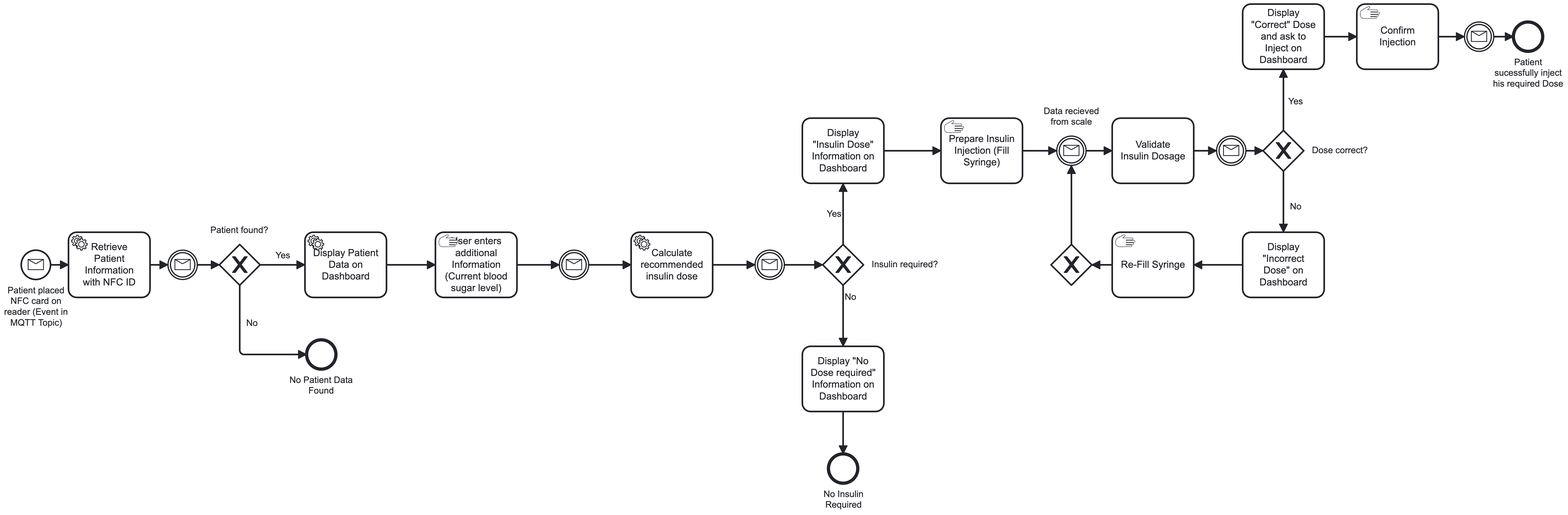
sandrobl/event-driven-healthcare keeps this BPMN diagram as camunda-orchestrator/src/main/resources/process.png. Above is the earlier version. Its source is kept beside it as camunda-orchestrator/src/main/resources/process.bpmn. Ids are renumbered.
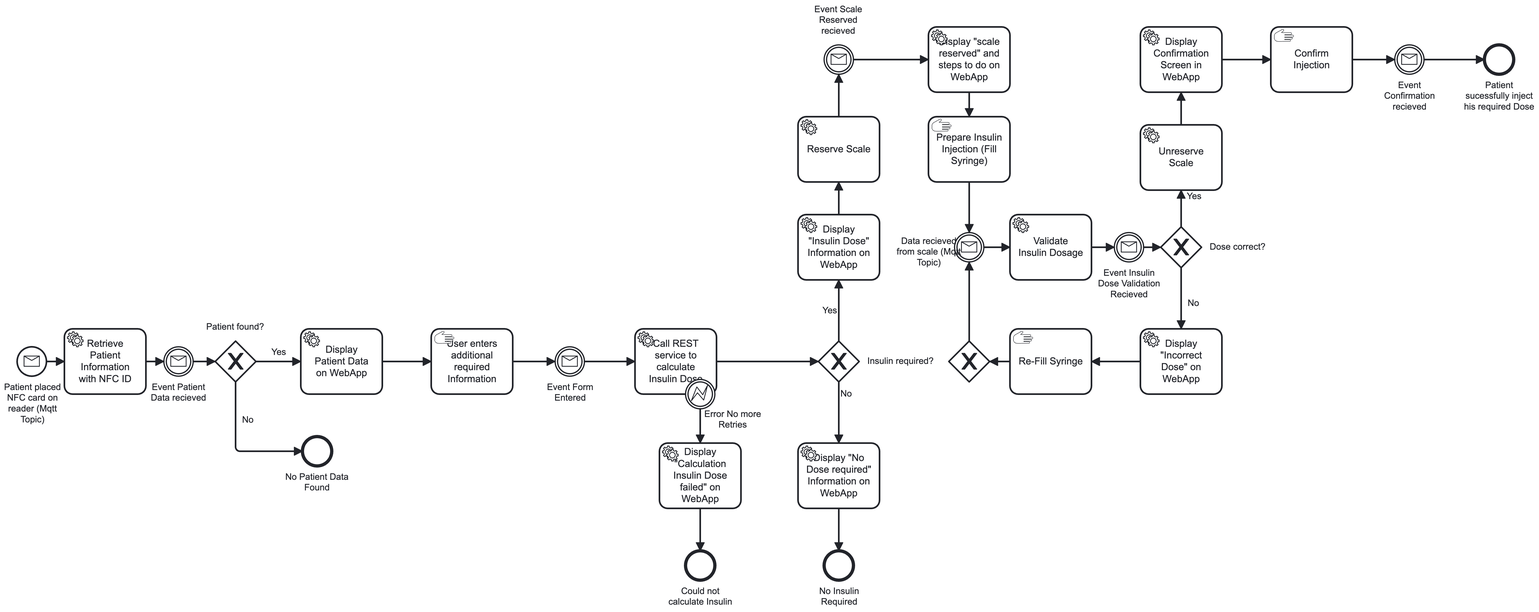
After the change.

Commit message:
Update png and some naming in Process

The edit, as a diff of the source:
```diff
@@ -2,3 +2,3 @@
   <bpmn:process id="Process_n2" isExecutable="true">
-    <bpmn:startEvent id="StartEvent_1" name="Patient placed NFC card on reader (Event in MQTT Topic)">
+    <bpmn:startEvent id="StartEvent_1" name="Patient placed NFC card on reader (Mqtt Topic)">
       <bpmn:outgoing>Flow_n3</bpmn:outgoing>
@@ -21,3 +21,3 @@
     </bpmn:sequenceFlow>
-    <bpmn:serviceTask id="Activity_n12" name="Display Patient Data on Dashboard" camunda:class="com.eventdriven.healthcare.camundaorchestrator.delegate.DisplayPatientDataDelegate">
+    <bpmn:serviceTask id="Activity_n12" name="Display Patient Data on WebApp" camunda:class="com.eventdriven.healthcare.camundaorchestrator.delegate.DisplayPatientDataDelegate">
       <bpmn:incoming>Flow_n10</bpmn:incoming>
@@ -35,3 +35,3 @@
     <bpmn:sequenceFlow id="Flow_n20" sourceRef="Activity_n21" targetRef="Event_n22" />
-    <bpmn:intermediateCatchEvent id="Event_n22" name="Data recieved from scale">
+    <bpmn:intermediateCatchEvent id="Event_n22" name="Data recieved from scale (Mqtt Topic)">
       <bpmn:incoming>Flow_n20</bpmn:incoming>
@@ -67,3 +67,3 @@
     </bpmn:intermediateCatchEvent>
-    <bpmn:manualTask id="Activity_n14" name="User enters additional Information (Current blood sugar level)">
+    <bpmn:manualTask id="Activity_n14" name="User enters additional required Information">
       <bpmn:incoming>Flow_n13</bpmn:incoming>
@@ -121,3 +121,3 @@
     </bpmn:sequenceFlow>
-    <bpmn:serviceTask id="Activity_n47" name="Call REST service to calculate insulin dose" camunda:asyncBefore="true" camunda:delegateExpression="#{requestInsulinCalculationRESTDelegate}">
+    <bpmn:serviceTask id="Activity_n47" name="Call REST service to calculate Insulin Dose" camunda:asyncBefore="true" camunda:delegateExpression="#{requestInsulinCalculationRESTDelegate}">
       <bpmn:extensionElements>
@@ -136,3 +136,3 @@
     </bpmn:serviceTask>
-    <bpmn:serviceTask id="Activity_n19" name="Display &#34;Insulin Dose&#34; Information on Dashboard" camunda:class="com.eventdriven.healthcare.camundaorchestrator.delegate.DisplayInsulinDoseDelegate">
+    <bpmn:serviceTask id="Activity_n19" name="Display &#34;Insulin Dose&#34; Information on WebApp" camunda:class="com.eventdriven.healthcare.camundaorchestrator.delegate.DisplayInsulinDoseDelegate">
       <bpmn:incoming>Flow_n17</bpmn:incoming>
@@ -140,3 +140,3 @@
     </bpmn:serviceTask>
-    <bpmn:serviceTask id="Activity_n57" name="Display &#34;No Dose required&#34; Information on Dashboard" camunda:class="com.eventdriven.healthcare.camundaorchestrator.delegate.DisplayNoInsulinDoseDelegate">
+    <bpmn:serviceTask id="Activity_n57" name="Display &#34;No Dose required&#34; Information on WebApp" camunda:class="com.eventdriven.healthcare.camundaorchestrator.delegate.DisplayNoInsulinDoseDelegate">
       <bpmn:incoming>Flow_n18</bpmn:incoming>
@@ -165,3 +165,3 @@
     </bpmn:serviceTask>
-    <bpmn:serviceTask id="Activity_n76" name="Display &#34;scale reserved&#34; and steps to do on Web App" camunda:class="com.eventdriven.healthcare.camundaorchestrator.delegate.DisplayScaleReservedDelegate">
+    <bpmn:serviceTask id="Activity_n76" name="Display &#34;scale reserved&#34; and steps to do on WebApp" camunda:class="com.eventdriven.healthcare.camundaorchestrator.delegate.DisplayScaleReservedDelegate">
       <bpmn:incoming>Flow_n75</bpmn:incoming>
@@ -173,3 +173,3 @@
     </bpmn:serviceTask>
-    <bpmn:serviceTask id="Activity_n34" name="Display &#34;Incorrect Dose&#34; on Dashboard" camunda:class="com.eventdriven.healthcare.camundaorchestrator.delegate.DisplayIncorrectDoseDelegate">
+    <bpmn:serviceTask id="Activity_n34" name="Display &#34;Incorrect Dose&#34; on WebApp" camunda:class="com.eventdriven.healthcare.camundaorchestrator.delegate.DisplayIncorrectDoseDelegate">
       <bpmn:incoming>Flow_n30</bpmn:incoming>
@@ -200,3 +200,3 @@
         <bpmndi:BPMNLabel>
-          <dc:Bounds x="161" y="545" width="79" height="53" />
+          <dc:Bounds x="166" y="545" width="70" height="53" />
         </bpmndi:BPMNLabel>
@@ -223,2 +223,20 @@
       </bpmndi:BPMNShape>
+      <bpmndi:BPMNShape id="Event_0x1b35a_di" bpmnElement="Event_n22">
+        <dc:Bounds x="1332" y="362" width="36" height="36" />
+        <bpmndi:BPMNLabel>
+          <dc:Bounds x="1261" y="366" width="79" height="40" />
+        </bpmndi:BPMNLabel>
+      </bpmndi:BPMNShape>
+      <bpmndi:BPMNShape id="Gateway_n28_di" bpmnElement="Gateway_n28" isMarkerVisible="true">
+        <dc:Bounds x="1585" y="355" width="50" height="50" />
+        <bpmndi:BPMNLabel>
+          <dc:Bounds x="1645" y="373" width="69" height="14" />
+        </bpmndi:BPMNLabel>
+      </bpmndi:BPMNShape>
+      <bpmndi:BPMNShape id="Event_n32_di" bpmnElement="Event_n32">
+        <dc:Bounds x="1982" y="132" width="36" height="36" />
+        <bpmndi:BPMNLabel>
+          <dc:Bounds x="1957" y="175" width="87" height="40" />
+        </bpmndi:BPMNLabel>
+      </bpmndi:BPMNShape>
       <bpmndi:BPMNShape id="Event_n35_di" bpmnElement="Event_n35">
@@ -237,2 +255,7 @@
         <dc:Bounds x="690" y="480" width="100" height="80" />
+        <bpmndi:BPMNLabel />
+      </bpmndi:BPMNShape>
+      <bpmndi:BPMNShape id="Activity_19pp880_di" bpmnElement="Activity_n40">
+        <dc:Bounds x="1720" y="110" width="100" height="80" />
+        <bpmndi:BPMNLabel />
       </bpmndi:BPMNShape>
@@ -242,42 +265,2 @@
           <dc:Bounds x="832" y="545" width="57" height="27" />
-        </bpmndi:BPMNLabel>
-      </bpmndi:BPMNShape>
-      <bpmndi:BPMNShape id="Event_n58_di" bpmnElement="Event_n58">
-        <dc:Bounds x="1172" y="752" width="36" height="36" />
-        <bpmndi:BPMNLabel>
-          <dc:Bounds x="1166" y="795" width="49" height="27" />
-        </bpmndi:BPMNLabel>
-      </bpmndi:BPMNShape>
-      <bpmndi:BPMNShape id="Activity_0pmgeby_di" bpmnElement="Activity_n47">
-        <dc:Bounds x="940" y="480" width="100" height="80" />
-        <bpmndi:BPMNLabel />
-      </bpmndi:BPMNShape>
-      <bpmndi:BPMNShape id="Activity_0h51eqx_di" bpmnElement="Activity_n19">
-        <dc:Bounds x="1140" y="340" width="100" height="80" />
-        <bpmndi:BPMNLabel />
-      </bpmndi:BPMNShape>
-      <bpmndi:BPMNShape id="Activity_n57_di" bpmnElement="Activity_n57">
-        <dc:Bounds x="1140" y="620" width="100" height="80" />
-        <bpmndi:BPMNLabel />
-      </bpmndi:BPMNShape>
-      <bpmndi:BPMNShape id="Activity_1q72oj6_di" bpmnElement="Activity_n68">
-        <dc:Bounds x="970" y="620" width="100" height="80" />
-        <bpmndi:BPMNLabel />
-      </bpmndi:BPMNShape>
-      <bpmndi:BPMNShape id="Event_n71_di" bpmnElement="Event_n71">
-        <dc:Bounds x="1002" y="752" width="36" height="36" />
-        <bpmndi:BPMNLabel>
-          <dc:Bounds x="981" y="795" width="79" height="27" />
-        </bpmndi:BPMNLabel>
-      </bpmndi:BPMNShape>
-      <bpmndi:BPMNShape id="Event_0x1b35a_di" bpmnElement="Event_n22">
-        <dc:Bounds x="1332" y="362" width="36" height="36" />
-        <bpmndi:BPMNLabel>
-          <dc:Bounds x="1266" y="366" width="68" height="27" />
-        </bpmndi:BPMNLabel>
-      </bpmndi:BPMNShape>
-      <bpmndi:BPMNShape id="Gateway_n28_di" bpmnElement="Gateway_n28" isMarkerVisible="true">
-        <dc:Bounds x="1585" y="355" width="50" height="50" />
-        <bpmndi:BPMNLabel>
-          <dc:Bounds x="1645" y="373" width="69" height="14" />
         </bpmndi:BPMNLabel>
@@ -293,2 +276,17 @@
       </bpmndi:BPMNShape>
+      <bpmndi:BPMNShape id="Event_1kpr7f9_di" bpmnElement="Event_n54">
+        <dc:Bounds x="1872" y="132" width="36" height="36" />
+        <bpmndi:BPMNLabel>
+          <dc:Bounds x="1859" y="175" width="63" height="40" />
+        </bpmndi:BPMNLabel>
+      </bpmndi:BPMNShape>
+      <bpmndi:BPMNShape id="Event_n58_di" bpmnElement="Event_n58">
+        <dc:Bounds x="1172" y="752" width="36" height="36" />
+        <bpmndi:BPMNLabel>
+          <dc:Bounds x="1166" y="795" width="49" height="27" />
+        </bpmndi:BPMNLabel>
+      </bpmndi:BPMNShape>
+      <bpmndi:BPMNShape id="Activity_0mbw25d_di" bpmnElement="Activity_n21">
+        <dc:Bounds x="1300" y="220" width="100" height="80" />
+      </bpmndi:BPMNShape>
       <bpmndi:BPMNShape id="Activity_0ey5bzl_di" bpmnElement="Activity_n62">
@@ -296,4 +294,23 @@
       </bpmndi:BPMNShape>
-      <bpmndi:BPMNShape id="Activity_0mbw25d_di" bpmnElement="Activity_n21">
-        <dc:Bounds x="1300" y="220" width="100" height="80" />
+      <bpmndi:BPMNShape id="Activity_0pmgeby_di" bpmnElement="Activity_n47">
+        <dc:Bounds x="940" y="480" width="100" height="80" />
+        <bpmndi:BPMNLabel />
+      </bpmndi:BPMNShape>
+      <bpmndi:BPMNShape id="Activity_1q72oj6_di" bpmnElement="Activity_n68">
+        <dc:Bounds x="970" y="620" width="100" height="80" />
+        <bpmndi:BPMNLabel />
+      </bpmndi:BPMNShape>
+      <bpmndi:BPMNShape id="Activity_0h51eqx_di" bpmnElement="Activity_n19">
+        <dc:Bounds x="1140" y="340" width="100" height="80" />
+        <bpmndi:BPMNLabel />
+      </bpmndi:BPMNShape>
+      <bpmndi:BPMNShape id="Activity_n57_di" bpmnElement="Activity_n57">
+        <dc:Bounds x="1140" y="620" width="100" height="80" />
+        <bpmndi:BPMNLabel />
+      </bpmndi:BPMNShape>
+      <bpmndi:BPMNShape id="Event_n71_di" bpmnElement="Event_n71">
+        <dc:Bounds x="1002" y="752" width="36" height="36" />
+        <bpmndi:BPMNLabel>
+          <dc:Bounds x="981" y="795" width="79" height="27" />
+        </bpmndi:BPMNLabel>
       </bpmndi:BPMNShape>
@@ -305,18 +322,2 @@
       </bpmndi:BPMNShape>
-      <bpmndi:BPMNShape id="Activity_19pp880_di" bpmnElement="Activity_n40">
-        <dc:Bounds x="1720" y="110" width="100" height="80" />
-        <bpmndi:BPMNLabel />
-      </bpmndi:BPMNShape>
-      <bpmndi:BPMNShape id="Event_1kpr7f9_di" bpmnElement="Event_n54">
-        <dc:Bounds x="1872" y="132" width="36" height="36" />
-        <bpmndi:BPMNLabel>
-          <dc:Bounds x="1859" y="175" width="63" height="40" />
-        </bpmndi:BPMNLabel>
-      </bpmndi:BPMNShape>
-      <bpmndi:BPMNShape id="Event_n32_di" bpmnElement="Event_n32">
-        <dc:Bounds x="1982" y="132" width="36" height="36" />
-        <bpmndi:BPMNLabel>
-          <dc:Bounds x="1957" y="175" width="87" height="40" />
-        </bpmndi:BPMNLabel>
-      </bpmndi:BPMNShape>
       <bpmndi:BPMNShape id="Activity_19f99mu_di" bpmnElement="Activity_n72">
@@ -326,2 +327,3 @@
         <dc:Bounds x="1300" y="110" width="100" height="80" />
+        <bpmndi:BPMNLabel />
       </bpmndi:BPMNShape>
@@ -332,2 +334,3 @@
         <dc:Bounds x="1560" y="480" width="100" height="80" />
+        <bpmndi:BPMNLabel />
       </bpmndi:BPMNShape>
@@ -349,10 +352,2 @@
       </bpmndi:BPMNEdge>
-      <bpmndi:BPMNEdge id="Flow_n7_di" bpmnElement="Flow_n7">
-        <di:waypoint x="340" y="520" />
-        <di:waypoint x="362" y="520" />
-      </bpmndi:BPMNEdge>
-      <bpmndi:BPMNEdge id="Flow_n9_di" bpmnElement="Flow_n9">
-        <di:waypoint x="398" y="520" />
-        <di:waypoint x="425" y="520" />
-      </bpmndi:BPMNEdge>
       <bpmndi:BPMNEdge id="Flow_n10_di" bpmnElement="Flow_n10">
@@ -362,2 +357,28 @@
           <dc:Bounds x="494" y="502" width="18" height="14" />
+        </bpmndi:BPMNLabel>
+      </bpmndi:BPMNEdge>
+      <bpmndi:BPMNEdge id="Flow_n13_di" bpmnElement="Flow_n13">
+        <di:waypoint x="630" y="520" />
+        <di:waypoint x="690" y="520" />
+      </bpmndi:BPMNEdge>
+      <bpmndi:BPMNEdge id="Flow_n17_di" bpmnElement="Flow_n17">
+        <di:waypoint x="1190" y="495" />
+        <di:waypoint x="1190" y="420" />
+        <bpmndi:BPMNLabel>
+          <dc:Bounds x="1170" y="451" width="18" height="14" />
+        </bpmndi:BPMNLabel>
+      </bpmndi:BPMNEdge>
+      <bpmndi:BPMNEdge id="Flow_n20_di" bpmnElement="Flow_n20">
+        <di:waypoint x="1350" y="300" />
+        <di:waypoint x="1350" y="362" />
+      </bpmndi:BPMNEdge>
+      <bpmndi:BPMNEdge id="Flow_n24_di" bpmnElement="Flow_n24">
+        <di:waypoint x="1368" y="380" />
+        <di:waypoint x="1400" y="380" />
+      </bpmndi:BPMNEdge>
+      <bpmndi:BPMNEdge id="Flow_n30_di" bpmnElement="Flow_n30">
+        <di:waypoint x="1610" y="405" />
+        <di:waypoint x="1610" y="480" />
+        <bpmndi:BPMNLabel>
+          <dc:Bounds x="1618" y="442" width="15" height="14" />
         </bpmndi:BPMNLabel>
@@ -372,5 +393,13 @@
       </bpmndi:BPMNEdge>
-      <bpmndi:BPMNEdge id="Flow_n13_di" bpmnElement="Flow_n13">
-        <di:waypoint x="630" y="520" />
-        <di:waypoint x="690" y="520" />
+      <bpmndi:BPMNEdge id="Flow_n7_di" bpmnElement="Flow_n7">
+        <di:waypoint x="340" y="520" />
+        <di:waypoint x="362" y="520" />
+      </bpmndi:BPMNEdge>
+      <bpmndi:BPMNEdge id="Flow_n9_di" bpmnElement="Flow_n9">
+        <di:waypoint x="398" y="520" />
+        <di:waypoint x="425" y="520" />
+      </bpmndi:BPMNEdge>
+      <bpmndi:BPMNEdge id="Flow_n39_di" bpmnElement="Flow_n39">
+        <di:waypoint x="790" y="520" />
+        <di:waypoint x="842" y="520" />
       </bpmndi:BPMNEdge>
@@ -380,8 +409,21 @@
       </bpmndi:BPMNEdge>
-      <bpmndi:BPMNEdge id="Flow_n17_di" bpmnElement="Flow_n17">
-        <di:waypoint x="1190" y="495" />
-        <di:waypoint x="1190" y="420" />
-        <bpmndi:BPMNLabel>
-          <dc:Bounds x="1170" y="451" width="18" height="14" />
-        </bpmndi:BPMNLabel>
+      <bpmndi:BPMNEdge id="Flow_n48_di" bpmnElement="Flow_n48">
+        <di:waypoint x="1500" y="380" />
+        <di:waypoint x="1528" y="380" />
+      </bpmndi:BPMNEdge>
+      <bpmndi:BPMNEdge id="Flow_n29_di" bpmnElement="Flow_n29">
+        <di:waypoint x="1564" y="380" />
+        <di:waypoint x="1585" y="380" />
+      </bpmndi:BPMNEdge>
+      <bpmndi:BPMNEdge id="Flow_n23_di" bpmnElement="Flow_n23">
+        <di:waypoint x="1350" y="495" />
+        <di:waypoint x="1350" y="398" />
+      </bpmndi:BPMNEdge>
+      <bpmndi:BPMNEdge id="Flow_n42_di" bpmnElement="Flow_n42">
+        <di:waypoint x="1820" y="150" />
+        <di:waypoint x="1872" y="150" />
+      </bpmndi:BPMNEdge>
+      <bpmndi:BPMNEdge id="Flow_n33_di" bpmnElement="Flow_n33">
+        <di:waypoint x="1908" y="150" />
+        <di:waypoint x="1982" y="150" />
       </bpmndi:BPMNEdge>
@@ -394,5 +436,20 @@
       </bpmndi:BPMNEdge>
-      <bpmndi:BPMNEdge id="Flow_n39_di" bpmnElement="Flow_n39">
-        <di:waypoint x="790" y="520" />
-        <di:waypoint x="842" y="520" />
+      <bpmndi:BPMNEdge id="Flow_n59_di" bpmnElement="Flow_n59">
+        <di:waypoint x="1190" y="700" />
+        <di:waypoint x="1190" y="752" />
+      </bpmndi:BPMNEdge>
+      <bpmndi:BPMNEdge id="Flow_n61_di" bpmnElement="Flow_n61">
+        <di:waypoint x="1560" y="520" />
+        <di:waypoint x="1500" y="520" />
+      </bpmndi:BPMNEdge>
+      <bpmndi:BPMNEdge id="Flow_n53_di" bpmnElement="Flow_n53">
+        <di:waypoint x="1400" y="520" />
+        <di:waypoint x="1375" y="520" />
+      </bpmndi:BPMNEdge>
+      <bpmndi:BPMNEdge id="Flow_n31_di" bpmnElement="Flow_n31">
+        <di:waypoint x="1610" y="355" />
+        <di:waypoint x="1610" y="310" />
+        <bpmndi:BPMNLabel>
+          <dc:Bounds x="1617" y="311" width="18" height="14" />
+        </bpmndi:BPMNLabel>
       </bpmndi:BPMNEdge>
@@ -401,10 +458,2 @@
         <di:waypoint x="940" y="520" />
-      </bpmndi:BPMNEdge>
-      <bpmndi:BPMNEdge id="Flow_n59_di" bpmnElement="Flow_n59">
-        <di:waypoint x="1190" y="700" />
-        <di:waypoint x="1190" y="752" />
-      </bpmndi:BPMNEdge>
-      <bpmndi:BPMNEdge id="Flow_n70_di" bpmnElement="Flow_n70">
-        <di:waypoint x="1190" y="340" />
-        <di:waypoint x="1190" y="300" />
       </bpmndi:BPMNEdge>
@@ -418,47 +467,5 @@
       </bpmndi:BPMNEdge>
-      <bpmndi:BPMNEdge id="Flow_n20_di" bpmnElement="Flow_n20">
-        <di:waypoint x="1350" y="300" />
-        <di:waypoint x="1350" y="362" />
-      </bpmndi:BPMNEdge>
-      <bpmndi:BPMNEdge id="Flow_n23_di" bpmnElement="Flow_n23">
-        <di:waypoint x="1350" y="495" />
-        <di:waypoint x="1350" y="398" />
-      </bpmndi:BPMNEdge>
-      <bpmndi:BPMNEdge id="Flow_n24_di" bpmnElement="Flow_n24">
-        <di:waypoint x="1368" y="380" />
-        <di:waypoint x="1400" y="380" />
-      </bpmndi:BPMNEdge>
-      <bpmndi:BPMNEdge id="Flow_n29_di" bpmnElement="Flow_n29">
-        <di:waypoint x="1564" y="380" />
-        <di:waypoint x="1585" y="380" />
-      </bpmndi:BPMNEdge>
-      <bpmndi:BPMNEdge id="Flow_n30_di" bpmnElement="Flow_n30">
-        <di:waypoint x="1610" y="405" />
-        <di:waypoint x="1610" y="480" />
-        <bpmndi:BPMNLabel>
-          <dc:Bounds x="1618" y="442" width="15" height="14" />
-        </bpmndi:BPMNLabel>
-      </bpmndi:BPMNEdge>
-      <bpmndi:BPMNEdge id="Flow_n31_di" bpmnElement="Flow_n31">
-        <di:waypoint x="1610" y="355" />
-        <di:waypoint x="1610" y="310" />
-        <bpmndi:BPMNLabel>
-          <dc:Bounds x="1617" y="311" width="18" height="14" />
-        </bpmndi:BPMNLabel>
-      </bpmndi:BPMNEdge>
-      <bpmndi:BPMNEdge id="Flow_n48_di" bpmnElement="Flow_n48">
-        <di:waypoint x="1500" y="380" />
-        <di:waypoint x="1528" y="380" />
-      </bpmndi:BPMNEdge>
-      <bpmndi:BPMNEdge id="Flow_n53_di" bpmnElement="Flow_n53">
-        <di:waypoint x="1400" y="520" />
-        <di:waypoint x="1375" y="520" />
-      </bpmndi:BPMNEdge>
-      <bpmndi:BPMNEdge id="Flow_n61_di" bpmnElement="Flow_n61">
-        <di:waypoint x="1560" y="520" />
-        <di:waypoint x="1500" y="520" />
-      </bpmndi:BPMNEdge>
-      <bpmndi:BPMNEdge id="Flow_n60_di" bpmnElement="Flow_n60">
-        <di:waypoint x="1350" y="190" />
-        <di:waypoint x="1350" y="220" />
+      <bpmndi:BPMNEdge id="Flow_n70_di" bpmnElement="Flow_n70">
+        <di:waypoint x="1190" y="340" />
+        <di:waypoint x="1190" y="300" />
       </bpmndi:BPMNEdge>
@@ -472,13 +479,5 @@
       </bpmndi:BPMNEdge>
-      <bpmndi:BPMNEdge id="Flow_n41_di" bpmnElement="Flow_n41">
-        <di:waypoint x="1660" y="150" />
-        <di:waypoint x="1720" y="150" />
-      </bpmndi:BPMNEdge>
-      <bpmndi:BPMNEdge id="Flow_n42_di" bpmnElement="Flow_n42">
-        <di:waypoint x="1820" y="150" />
-        <di:waypoint x="1872" y="150" />
-      </bpmndi:BPMNEdge>
-      <bpmndi:BPMNEdge id="Flow_n33_di" bpmnElement="Flow_n33">
-        <di:waypoint x="1908" y="150" />
-        <di:waypoint x="1982" y="150" />
+      <bpmndi:BPMNEdge id="Flow_n60_di" bpmnElement="Flow_n60">
+        <di:waypoint x="1350" y="190" />
+        <di:waypoint x="1350" y="220" />
       </bpmndi:BPMNEdge>
@@ -488,2 +487,6 @@
       </bpmndi:BPMNEdge>
+      <bpmndi:BPMNEdge id="Flow_n41_di" bpmnElement="Flow_n41">
+        <di:waypoint x="1660" y="150" />
+        <di:waypoint x="1720" y="150" />
+      </bpmndi:BPMNEdge>
     </bpmndi:BPMNPlane>
```
